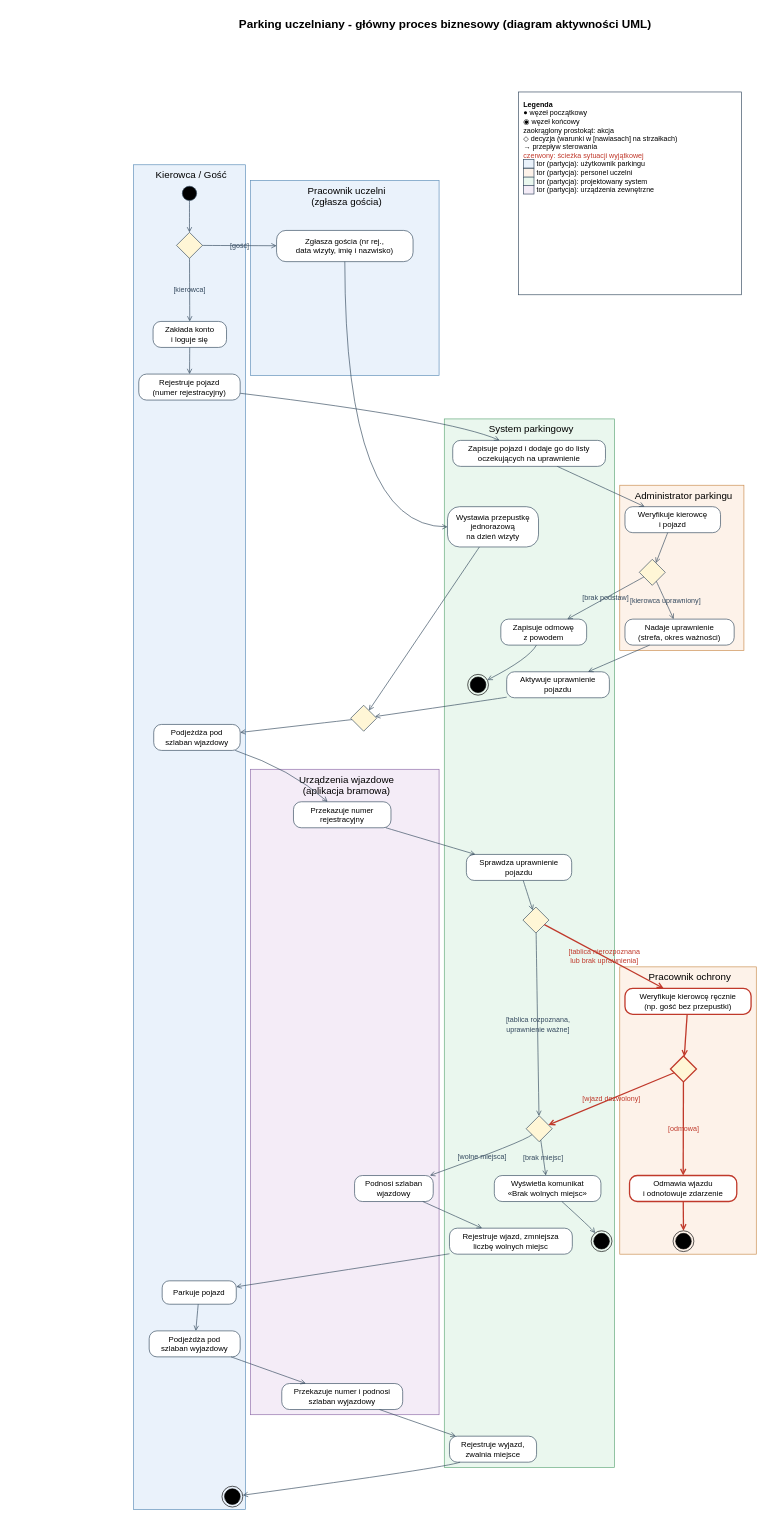
Before: docs/proces/model-procesu.drawio in Kanikk/parking-uczelniany, a draw.io diagram. Source tidied: cells renumbered, new cells numbered last; positions are measured from the earlier drawing's top-left corner, leaving out a move shared by most shapes. Both pictures are drawn from the tidied source at 65%, with x=0, y=0 at pixel (128, 11).
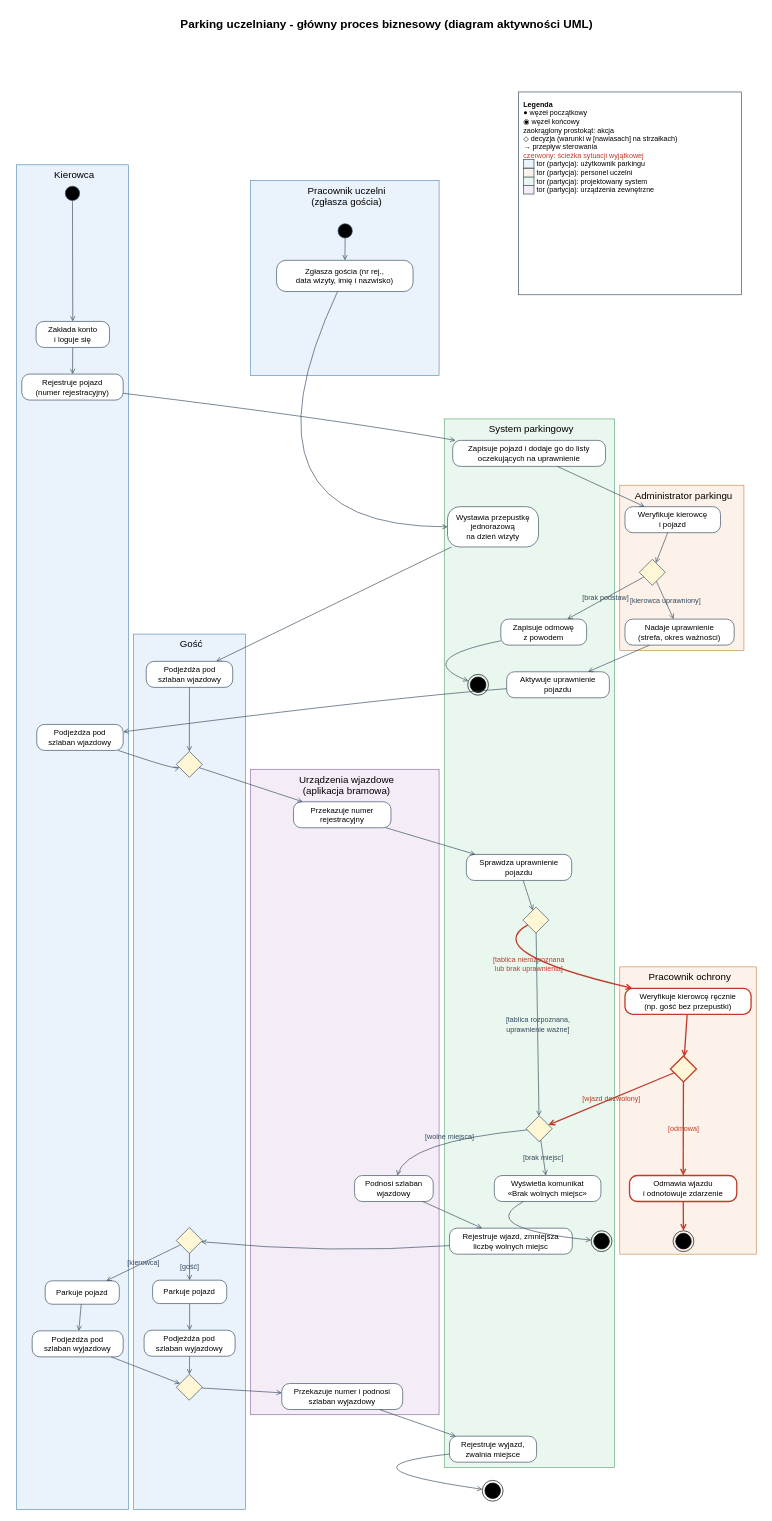
The same page after the edit.

Commit message (it also covers changes not shown here):
docs: osobne tory Kierowca i Gość w modelu procesu

Unchanged cells that the change refers to:
```xml
<mxCell id="15" value="Przekazuje numer&lt;br&gt;rejestracyjny" style="rounded=1;arcSize=30;whiteSpace=wrap;html=1;fillColor=#FFFFFF;strokeColor=#34495E;fontSize=12;fontColor=#000000;strokeWidth=1;" parent="1" vertex="1">
  <mxGeometry x="254" y="1216" width="150" height="40" as="geometry" />
</mxCell>
<mxCell id="16" value="Podnosi szlaban&lt;br&gt;wjazdowy" style="rounded=1;arcSize=30;whiteSpace=wrap;html=1;fillColor=#FFFFFF;strokeColor=#34495E;fontSize=12;fontColor=#000000;strokeWidth=1;" parent="1" vertex="1">
  <mxGeometry x="348" y="1791" width="121" height="40" as="geometry" />
</mxCell>
<mxCell id="17" value="Przekazuje numer i podnosi&lt;br&gt;szlaban wyjazdowy" style="rounded=1;arcSize=30;whiteSpace=wrap;html=1;fillColor=#FFFFFF;strokeColor=#34495E;fontSize=12;fontColor=#000000;strokeWidth=1;" parent="1" vertex="1">
  <mxGeometry x="236" y="2111" width="186" height="40" as="geometry" />
</mxCell>
<mxCell id="18" value="Zapisuje pojazd i dodaje go do listy&lt;br&gt;oczekujących na uprawnienie" style="rounded=1;arcSize=30;whiteSpace=wrap;html=1;fillColor=#FFFFFF;strokeColor=#34495E;fontSize=12;fontColor=#000000;strokeWidth=1;" parent="1" vertex="1">
  <mxGeometry x="499" y="660" width="235" height="40" as="geometry" />
</mxCell>
<mxCell id="19" value="Zapisuje odmowę&lt;br&gt;z powodem" style="rounded=1;arcSize=30;whiteSpace=wrap;html=1;fillColor=#FFFFFF;strokeColor=#34495E;fontSize=12;fontColor=#000000;strokeWidth=1;" parent="1" vertex="1">
  <mxGeometry x="573" y="935" width="132" height="40" as="geometry" />
</mxCell>
<mxCell id="20" value="Aktywuje uprawnienie&lt;br&gt;pojazdu" style="rounded=1;arcSize=30;whiteSpace=wrap;html=1;fillColor=#FFFFFF;strokeColor=#34495E;fontSize=12;fontColor=#000000;strokeWidth=1;" parent="1" vertex="1">
  <mxGeometry x="582" y="1016" width="158" height="40" as="geometry" />
</mxCell>
<mxCell id="22" style="rhombus;whiteSpace=wrap;html=1;fillColor=#FFF6D6;strokeColor=#34495E;fontSize=12;fontColor=#000000;strokeWidth=1;" parent="1" vertex="1">
  <mxGeometry x="607" y="1378" width="40" height="40" as="geometry" />
</mxCell>
<mxCell id="23" style="rhombus;whiteSpace=wrap;html=1;fillColor=#FFF6D6;strokeColor=#34495E;fontSize=12;fontColor=#000000;strokeWidth=1;" parent="1" vertex="1">
  <mxGeometry x="612" y="1699" width="40" height="40" as="geometry" />
</mxCell>
<mxCell id="24" value="Rejestruje wjazd, zmniejsza&lt;br&gt;liczbę wolnych miejsc" style="rounded=1;arcSize=30;whiteSpace=wrap;html=1;fillColor=#FFFFFF;strokeColor=#34495E;fontSize=12;fontColor=#000000;strokeWidth=1;" parent="1" vertex="1">
  <mxGeometry x="494" y="1872" width="189" height="40" as="geometry" />
</mxCell>
<mxCell id="25" value="Wyświetla komunikat&lt;br&gt;«Brak wolnych miejsc»" style="rounded=1;arcSize=30;whiteSpace=wrap;html=1;fillColor=#FFFFFF;strokeColor=#34495E;fontSize=12;fontColor=#000000;strokeWidth=1;" parent="1" vertex="1">
  <mxGeometry x="563" y="1791" width="164" height="40" as="geometry" />
</mxCell>
<mxCell id="26" value="Rejestruje wyjazd,&lt;br&gt;zwalnia miejsce" style="rounded=1;arcSize=30;whiteSpace=wrap;html=1;fillColor=#FFFFFF;strokeColor=#34495E;fontSize=12;fontColor=#000000;strokeWidth=1;" parent="1" vertex="1">
  <mxGeometry x="494" y="2192" width="134" height="40" as="geometry" />
</mxCell>
<mxCell id="27" style="ellipse;html=1;shape=endState;fillColor=#000000;strokeColor=#000000;" parent="1" vertex="1">
  <mxGeometry x="522" y="1020" width="32" height="32" as="geometry" />
</mxCell>
<mxCell id="28" style="ellipse;html=1;shape=endState;fillColor=#000000;strokeColor=#000000;" parent="1" vertex="1">
  <mxGeometry x="712" y="1876" width="32" height="32" as="geometry" />
</mxCell>
<mxCell id="32" value="Weryfikuje kierowcę ręcznie&lt;br&gt;(np. gość bez przepustki)" style="rounded=1;arcSize=30;whiteSpace=wrap;html=1;fillColor=#FFFFFF;strokeColor=#C0392B;fontSize=12;fontColor=#000000;strokeWidth=2;" parent="1" vertex="1">
  <mxGeometry x="764" y="1503" width="194" height="40" as="geometry" />
</mxCell>
<mxCell id="67" value="Wystawia przepustkę&lt;br&gt;jednorazową&lt;br&gt;na dzień wizyty" style="rounded=1;arcSize=30;whiteSpace=wrap;html=1;fillColor=#FFFFFF;strokeColor=#34495E;fontSize=12;fontColor=#000000;strokeWidth=1;" parent="1" vertex="1">
  <mxGeometry x="491" y="762" width="140" height="62" as="geometry" />
</mxCell>
```

Diff of the diagram source:
```diff
@@
-    <mxCell id="3" value="Kierowca / Gość" style="rounded=0;whiteSpace=wrap;html=1;fillColor=#EAF2FB;strokeColor=#5B8DB8;verticalAlign=top;align=center;spacingLeft=6;fontSize=15;fontColor=#000000;" parent="1" vertex="1">
-      <mxGeometry x="8" y="236" width="172" height="2069" as="geometry" />
+    <mxCell id="3" value="Kierowca" style="rounded=0;whiteSpace=wrap;html=1;fillColor=#EAF2FB;strokeColor=#5B8DB8;verticalAlign=top;align=center;spacingLeft=6;fontSize=15;fontColor=#000000;" parent="1" vertex="1">
+      <mxGeometry x="-172" y="236" width="172" height="2069" as="geometry" />
     </mxCell>
+    <mxCell id="75" value="Gość" style="rounded=0;whiteSpace=wrap;html=1;fillColor=#EAF2FB;strokeColor=#5B8DB8;verticalAlign=top;align=center;spacingLeft=6;fontSize=15;fontColor=#000000;" parent="1" vertex="1">
+      <mxGeometry x="8" y="958" width="172" height="1347" as="geometry" />
+    </mxCell>
@@
     <mxCell id="8" style="ellipse;whiteSpace=wrap;html=1;fillColor=#000000;strokeColor=#34495E;fontSize=12;fontColor=#000000;strokeWidth=1;" parent="1" vertex="1">
-      <mxGeometry x="83" y="269" width="22" height="22" as="geometry" />
+      <mxGeometry x="-97" y="269" width="22" height="22" as="geometry" />
     </mxCell>
     <mxCell id="9" value="Zakłada konto&lt;br&gt;i loguje się" style="rounded=1;arcSize=30;whiteSpace=wrap;html=1;fillColor=#FFFFFF;strokeColor=#34495E;fontSize=12;fontColor=#000000;strokeWidth=1;" parent="1" vertex="1">
-      <mxGeometry x="38" y="477" width="113" height="40" as="geometry" />
+      <mxGeometry x="-142" y="477" width="113" height="40" as="geometry" />
     </mxCell>
     <mxCell id="10" value="Rejestruje pojazd&lt;br&gt;(numer rejestracyjny)" style="rounded=1;arcSize=30;whiteSpace=wrap;html=1;fillColor=#FFFFFF;strokeColor=#34495E;fontSize=12;fontColor=#000000;strokeWidth=1;" parent="1" vertex="1">
-      <mxGeometry x="16" y="558" width="156" height="40" as="geometry" />
+      <mxGeometry x="-164" y="558" width="156" height="40" as="geometry" />
     </mxCell>
     <mxCell id="11" value="Podjeżdża pod&lt;br&gt;szlaban wjazdowy" style="rounded=1;arcSize=30;whiteSpace=wrap;html=1;fillColor=#FFFFFF;strokeColor=#34495E;fontSize=12;fontColor=#000000;strokeWidth=1;" parent="1" vertex="1">
-      <mxGeometry x="39" y="1097" width="133" height="40" as="geometry" />
+      <mxGeometry x="-141" y="1097" width="133" height="40" as="geometry" />
     </mxCell>
     <mxCell id="12" value="Parkuje pojazd" style="rounded=1;arcSize=30;whiteSpace=wrap;html=1;fillColor=#FFFFFF;strokeColor=#34495E;fontSize=12;fontColor=#000000;strokeWidth=1;" parent="1" vertex="1">
-      <mxGeometry x="52" y="1953" width="114" height="36" as="geometry" />
+      <mxGeometry x="-128" y="1953" width="114" height="36" as="geometry" />
     </mxCell>
     <mxCell id="13" value="Podjeżdża pod&lt;br&gt;szlaban wyjazdowy" style="rounded=1;arcSize=30;whiteSpace=wrap;html=1;fillColor=#FFFFFF;strokeColor=#34495E;fontSize=12;fontColor=#000000;strokeWidth=1;" parent="1" vertex="1">
-      <mxGeometry x="32" y="2030" width="140" height="40" as="geometry" />
+      <mxGeometry x="-148" y="2030" width="140" height="40" as="geometry" />
     </mxCell>
     <mxCell id="14" style="ellipse;html=1;shape=endState;fillColor=#000000;strokeColor=#000000;" parent="1" vertex="1">
-      <mxGeometry x="144" y="2269" width="32" height="32" as="geometry" />
+      <mxGeometry x="544.5" y="2260" width="32" height="32" as="geometry" />
     </mxCell>
@@
-    <mxCell id="37" style="html=1;curved=1;rounded=0;endArrow=open;startArrow=none;endFill=1;startFill=1;strokeColor=#34495E;fontColor=#34495E;fontSize=11;strokeWidth=1;labelBackgroundColor=none;" parent="1" edge="1" source="8" target="65">
+    <mxCell id="37" style="html=1;curved=1;rounded=0;endArrow=open;startArrow=none;endFill=1;startFill=1;strokeColor=#34495E;fontColor=#34495E;fontSize=11;strokeWidth=1;labelBackgroundColor=none;" parent="1" edge="1" source="8" target="9">
       <mxGeometry relative="1" as="geometry" />
     </mxCell>
@@
     <mxCell id="39" style="html=1;curved=1;rounded=0;endArrow=open;startArrow=none;endFill=1;startFill=1;strokeColor=#34495E;fontColor=#34495E;fontSize=11;strokeWidth=1;labelBackgroundColor=none;" parent="1" edge="1" source="10" target="18">
       <mxGeometry relative="1" as="geometry">
         <Array as="points">
-          <mxPoint x="496" y="627" />
+          <mxPoint x="316" y="627" />
         </Array>
       </mxGeometry>
     </mxCell>
-    <mxCell id="40" style="html=1;curved=1;rounded=0;endArrow=open;startArrow=none;endFill=1;startFill=1;strokeColor=#34495E;fontColor=#34495E;fontSize=11;strokeWidth=1;labelBackgroundColor=none;" parent="1" edge="1" source="11" target="15">
+    <mxCell id="40" style="html=1;curved=1;rounded=0;endArrow=open;startArrow=none;endFill=1;startFill=1;strokeColor=#34495E;fontColor=#34495E;fontSize=11;strokeWidth=1;labelBackgroundColor=none;" parent="1" edge="1" source="11" target="68">
       <mxGeometry relative="1" as="geometry">
         <Array as="points">
-          <mxPoint x="250" y="1166" />
+          <mxPoint x="70" y="1166" />
         </Array>
       </mxGeometry>
     </mxCell>
@@
-    <mxCell id="42" style="html=1;curved=1;rounded=0;endArrow=open;startArrow=none;endFill=1;startFill=1;strokeColor=#34495E;fontColor=#34495E;fontSize=11;strokeWidth=1;labelBackgroundColor=none;" parent="1" edge="1" source="13" target="17">
+    <mxCell id="42" style="html=1;curved=1;rounded=0;endArrow=open;startArrow=none;endFill=1;startFill=1;strokeColor=#34495E;fontColor=#34495E;fontSize=11;strokeWidth=1;labelBackgroundColor=none;" parent="1" edge="1" source="13" target="84">
       <mxGeometry relative="1" as="geometry" />
     </mxCell>
@@
     <mxCell id="47" style="html=1;curved=1;rounded=0;endArrow=open;startArrow=none;endFill=1;startFill=1;strokeColor=#34495E;fontColor=#34495E;fontSize=11;strokeWidth=1;labelBackgroundColor=none;" parent="1" edge="1" source="19" target="27">
       <mxGeometry relative="1" as="geometry">
         <Array as="points">
-          <mxPoint x="616" y="996" />
+          <mxPoint x="436" y="996" />
         </Array>
       </mxGeometry>
     </mxCell>
-    <mxCell id="48" style="html=1;curved=1;rounded=0;endArrow=open;startArrow=none;endFill=1;startFill=1;strokeColor=#34495E;fontColor=#34495E;fontSize=11;strokeWidth=1;labelBackgroundColor=none;" parent="1" edge="1" source="20" target="68">
+    <mxCell id="48" style="html=1;curved=1;rounded=0;endArrow=open;startArrow=none;endFill=1;startFill=1;strokeColor=#34495E;fontColor=#34495E;fontSize=11;strokeWidth=1;labelBackgroundColor=none;" parent="1" edge="1" source="20" target="11">
       <mxGeometry relative="1" as="geometry">
         <Array as="points">
-          <mxPoint x="578" y="1056" />
+          <mxPoint x="398" y="1056" />
         </Array>
       </mxGeometry>
     </mxCell>
@@
     <mxCell id="51" value="[tablica nierozpoznana&lt;br&gt;lub brak uprawnienia]" style="html=1;curved=1;rounded=0;endArrow=open;startArrow=none;endFill=1;startFill=1;strokeColor=#C0392B;fontColor=#C0392B;fontSize=11;strokeWidth=2;labelBackgroundColor=none;" parent="1" edge="1" source="22" target="32">
       <mxGeometry relative="1" as="geometry">
         <Array as="points">
-          <mxPoint x="720" y="1448" />
+          <mxPoint x="540" y="1448" />
         </Array>
       </mxGeometry>
     </mxCell>
     <mxCell id="52" value="[wolne miejsca]            " style="html=1;curved=1;rounded=0;endArrow=open;startArrow=none;endFill=1;startFill=1;strokeColor=#34495E;fontColor=#34495E;fontSize=11;strokeWidth=1;labelBackgroundColor=none;" parent="1" edge="1" source="23" target="16">
       <mxGeometry relative="1" as="geometry">
         <Array as="points">
-          <mxPoint x="608" y="1739" />
+          <mxPoint x="428" y="1739" />
         </Array>
       </mxGeometry>
     </mxCell>
@@
-    <mxCell id="54" style="html=1;curved=1;rounded=0;endArrow=open;startArrow=none;endFill=1;startFill=1;strokeColor=#34495E;fontColor=#34495E;fontSize=11;strokeWidth=1;labelBackgroundColor=none;" parent="1" edge="1" source="24" target="12">
+    <mxCell id="54" style="html=1;curved=1;rounded=0;endArrow=open;startArrow=none;endFill=1;startFill=1;strokeColor=#34495E;fontColor=#34495E;fontSize=11;strokeWidth=1;labelBackgroundColor=none;" parent="1" edge="1" source="24" target="80">
       <mxGeometry relative="1" as="geometry">
         <Array as="points">
-          <mxPoint x="491" y="1912" />
+          <mxPoint x="311" y="1912" />
         </Array>
       </mxGeometry>
     </mxCell>
     <mxCell id="55" style="html=1;curved=1;rounded=0;endArrow=open;startArrow=none;endFill=1;startFill=1;strokeColor=#34495E;fontColor=#34495E;fontSize=11;strokeWidth=1;labelBackgroundColor=none;" parent="1" edge="1" source="25" target="28">
       <mxGeometry relative="1" as="geometry">
         <Array as="points">
-          <mxPoint x="712" y="1872" />
+          <mxPoint x="532" y="1872" />
         </Array>
       </mxGeometry>
     </mxCell>
     <mxCell id="56" style="html=1;curved=1;rounded=0;endArrow=open;startArrow=none;endFill=1;startFill=1;strokeColor=#34495E;fontColor=#34495E;fontSize=11;strokeWidth=1;labelBackgroundColor=none;" parent="1" edge="1" source="26" target="14">
       <mxGeometry relative="1" as="geometry">
         <Array as="points">
-          <mxPoint x="490" y="2240" />
+          <mxPoint x="310" y="2240" />
         </Array>
       </mxGeometry>
     </mxCell>
@@
-    <mxCell id="65" style="rhombus;whiteSpace=wrap;html=1;fillColor=#FFF6D6;strokeColor=#34495E;fontSize=12;fontColor=#000000;strokeWidth=1;" parent="1" vertex="1">
-      <mxGeometry x="74" y="340" width="40" height="40" as="geometry" />
-    </mxCell>
     <mxCell id="66" value="Zgłasza gościa (nr rej.,&lt;br&gt;data wizyty, imię i nazwisko)" style="rounded=1;arcSize=30;whiteSpace=wrap;html=1;fillColor=#FFFFFF;strokeColor=#34495E;fontSize=12;fontColor=#000000;strokeWidth=1;" parent="1" vertex="1">
-      <mxGeometry x="228" y="337" width="210" height="48" as="geometry" />
+      <mxGeometry x="228" y="383" width="210" height="48" as="geometry" />
     </mxCell>
@@
     <mxCell id="68" style="rhombus;whiteSpace=wrap;html=1;fillColor=#FFF6D6;strokeColor=#34495E;fontSize=12;fontColor=#000000;strokeWidth=1;" parent="1" vertex="1">
-      <mxGeometry x="342" y="1067.5" width="40" height="40" as="geometry" />
+      <mxGeometry x="73.8" y="1138.5" width="40" height="40" as="geometry" />
     </mxCell>
-    <mxCell id="69" value="[kierowca]" style="html=1;curved=1;rounded=0;endArrow=open;startArrow=none;endFill=1;startFill=1;strokeColor=#34495E;fontColor=#34495E;fontSize=11;strokeWidth=1;labelBackgroundColor=none;" parent="1" edge="1" source="65" target="9">
-      <mxGeometry relative="1" as="geometry" />
-    </mxCell>
-    <mxCell id="70" value="[gość]" style="html=1;curved=1;rounded=0;endArrow=open;startArrow=none;endFill=1;startFill=1;strokeColor=#34495E;fontColor=#34495E;fontSize=11;strokeWidth=1;labelBackgroundColor=none;" parent="1" edge="1" source="65" target="66">
-      <mxGeometry relative="1" as="geometry" />
-    </mxCell>
     <mxCell id="71" style="html=1;curved=1;rounded=0;endArrow=open;startArrow=none;endFill=1;startFill=1;strokeColor=#34495E;fontColor=#34495E;fontSize=11;strokeWidth=1;labelBackgroundColor=none;" parent="1" edge="1" source="66" target="67">
       <mxGeometry relative="1" as="geometry">
         <Array as="points">
-          <mxPoint x="333" y="793" />
+          <mxPoint x="153" y="793" />
         </Array>
       </mxGeometry>
     </mxCell>
-    <mxCell id="72" style="html=1;curved=1;rounded=0;endArrow=open;startArrow=none;endFill=1;startFill=1;strokeColor=#34495E;fontColor=#34495E;fontSize=11;strokeWidth=1;labelBackgroundColor=none;" parent="1" edge="1" source="67" target="68">
+    <mxCell id="72" style="html=1;curved=1;rounded=0;endArrow=open;startArrow=none;endFill=1;startFill=1;strokeColor=#34495E;fontColor=#34495E;fontSize=11;strokeWidth=1;labelBackgroundColor=none;" parent="1" edge="1" source="67" target="78">
       <mxGeometry relative="1" as="geometry" />
     </mxCell>
-    <mxCell id="73" style="html=1;curved=1;rounded=0;endArrow=open;startArrow=none;endFill=1;startFill=1;strokeColor=#34495E;fontColor=#34495E;fontSize=11;strokeWidth=1;labelBackgroundColor=none;" parent="1" edge="1" source="68" target="11">
+    <mxCell id="73" style="html=1;curved=1;rounded=0;endArrow=open;startArrow=none;endFill=1;startFill=1;strokeColor=#34495E;fontColor=#34495E;fontSize=11;strokeWidth=1;labelBackgroundColor=none;" parent="1" edge="1" source="68" target="15">
       <mxGeometry relative="1" as="geometry" />
     </mxCell>
+    <mxCell id="76" style="ellipse;whiteSpace=wrap;html=1;fillColor=#000000;strokeColor=#34495E;fontSize=12;fontColor=#000000;strokeWidth=1;" parent="1" vertex="1">
+      <mxGeometry x="322.5" y="326.7" width="22" height="22" as="geometry" />
+    </mxCell>
+    <mxCell id="77" style="html=1;curved=1;rounded=0;endArrow=open;startArrow=none;endFill=1;startFill=1;strokeColor=#34495E;fontColor=#34495E;fontSize=11;strokeWidth=1;labelBackgroundColor=none;" parent="1" edge="1" source="76" target="66">
+      <mxGeometry relative="1" as="geometry" />
+    </mxCell>
+    <mxCell id="78" value="Podjeżdża pod&lt;br&gt;szlaban wjazdowy" style="rounded=1;arcSize=30;whiteSpace=wrap;html=1;fillColor=#FFFFFF;strokeColor=#34495E;fontSize=12;fontColor=#000000;strokeWidth=1;" parent="1" vertex="1">
+      <mxGeometry x="27.5" y="1000" width="133" height="40" as="geometry" />
+    </mxCell>
+    <mxCell id="79" style="html=1;curved=1;rounded=0;endArrow=open;startArrow=none;endFill=1;startFill=1;strokeColor=#34495E;fontColor=#34495E;fontSize=11;strokeWidth=1;labelBackgroundColor=none;" parent="1" edge="1" source="78" target="68">
+      <mxGeometry relative="1" as="geometry" />
+    </mxCell>
+    <mxCell id="80" style="rhombus;whiteSpace=wrap;html=1;fillColor=#FFF6D6;strokeColor=#34495E;fontSize=12;fontColor=#000000;strokeWidth=1;" parent="1" vertex="1">
+      <mxGeometry x="73.8" y="1871" width="40" height="40" as="geometry" />
+    </mxCell>
+    <mxCell id="69" value="[kierowca]" style="html=1;curved=1;rounded=0;endArrow=open;startArrow=none;endFill=1;startFill=1;strokeColor=#34495E;fontColor=#34495E;fontSize=11;strokeWidth=1;labelBackgroundColor=none;" parent="1" edge="1" source="80" target="12">
+      <mxGeometry relative="1" as="geometry" />
+    </mxCell>
+    <mxCell id="70" value="[gość]" style="html=1;curved=1;rounded=0;endArrow=open;startArrow=none;endFill=1;startFill=1;strokeColor=#34495E;fontColor=#34495E;fontSize=11;strokeWidth=1;labelBackgroundColor=none;" parent="1" edge="1" source="80" target="81">
+      <mxGeometry relative="1" as="geometry" />
+    </mxCell>
+    <mxCell id="81" value="Parkuje pojazd" style="rounded=1;arcSize=30;whiteSpace=wrap;html=1;fillColor=#FFFFFF;strokeColor=#34495E;fontSize=12;fontColor=#000000;strokeWidth=1;" parent="1" vertex="1">
+      <mxGeometry x="37.3" y="1952" width="114" height="36" as="geometry" />
+    </mxCell>
+    <mxCell id="82" value="Podjeżdża pod&lt;br&gt;szlaban wyjazdowy" style="rounded=1;arcSize=30;whiteSpace=wrap;html=1;fillColor=#FFFFFF;strokeColor=#34495E;fontSize=12;fontColor=#000000;strokeWidth=1;" parent="1" vertex="1">
+      <mxGeometry x="24.2" y="2029" width="140" height="40" as="geometry" />
+    </mxCell>
+    <mxCell id="83" style="html=1;curved=1;rounded=0;endArrow=open;startArrow=none;endFill=1;startFill=1;strokeColor=#34495E;fontColor=#34495E;fontSize=11;strokeWidth=1;labelBackgroundColor=none;" parent="1" edge="1" source="81" target="82">
+      <mxGeometry relative="1" as="geometry" />
+    </mxCell>
+    <mxCell id="84" style="rhombus;whiteSpace=wrap;html=1;fillColor=#FFF6D6;strokeColor=#34495E;fontSize=12;fontColor=#000000;strokeWidth=1;" parent="1" vertex="1">
+      <mxGeometry x="73.8" y="2096.7" width="40" height="40" as="geometry" />
+    </mxCell>
+    <mxCell id="85" style="html=1;curved=1;rounded=0;endArrow=open;startArrow=none;endFill=1;startFill=1;strokeColor=#34495E;fontColor=#34495E;fontSize=11;strokeWidth=1;labelBackgroundColor=none;" parent="1" edge="1" source="82" target="84">
+      <mxGeometry relative="1" as="geometry" />
+    </mxCell>
+    <mxCell id="86" style="html=1;curved=1;rounded=0;endArrow=open;startArrow=none;endFill=1;startFill=1;strokeColor=#34495E;fontColor=#34495E;fontSize=11;strokeWidth=1;labelBackgroundColor=none;" parent="1" edge="1" source="84" target="17">
+      <mxGeometry relative="1" as="geometry" />
+    </mxCell>
     <mxCell id="74" value="Parking uczelniany - główny proces biznesowy (diagram aktywności UML)" style="text;html=1;align=center;verticalAlign=middle;fontSize=18;fontStyle=1;" parent="1" vertex="1">
-      <mxGeometry width="974" height="40" as="geometry" />
+      <mxGeometry x="-180" width="1154" height="40" as="geometry" />
     </mxCell>
```
